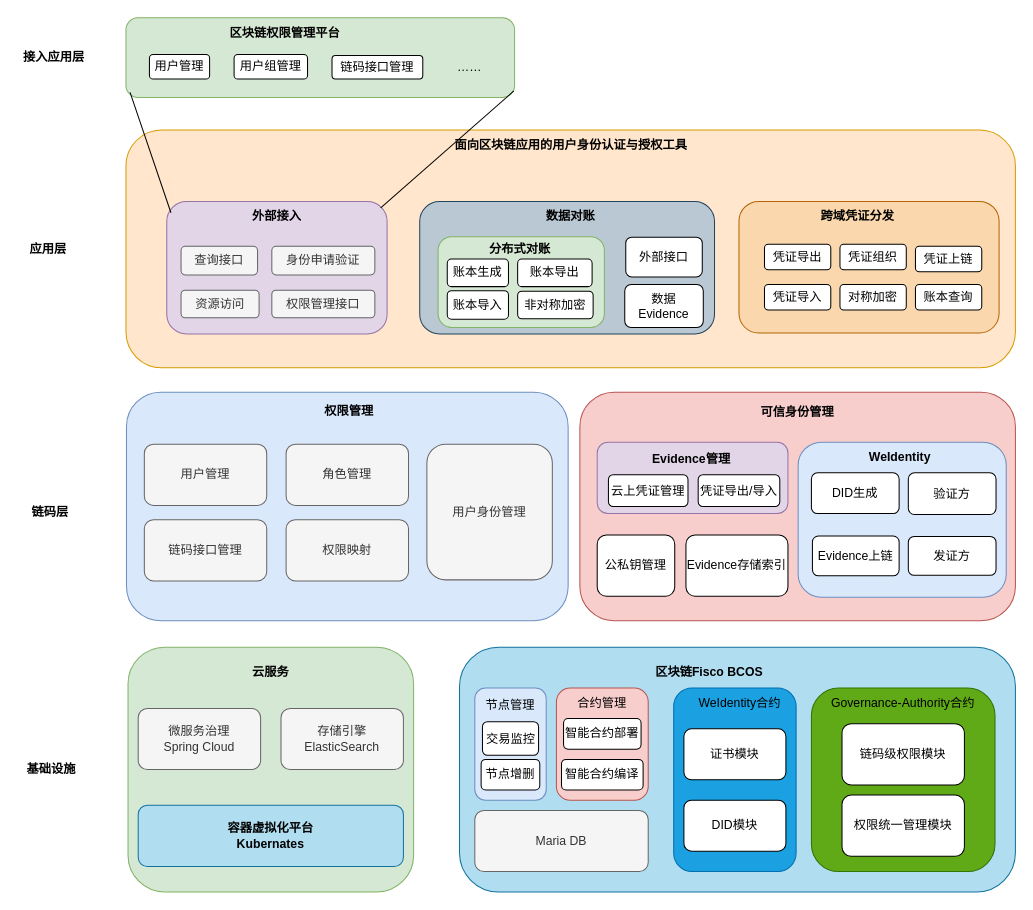
doubleBeans/doubleBeans keeps this draw.io diagram as Untitled Diagram.drawio. Above is the earlier version. Source tidied: cells renumbered, new cells numbered last; positions are measured from the earlier drawing's top-left corner, leaving out a move shared by most shapes. Both pictures are drawn from the tidied source at 102%, with x=0, y=0 at pixel (17, 17).
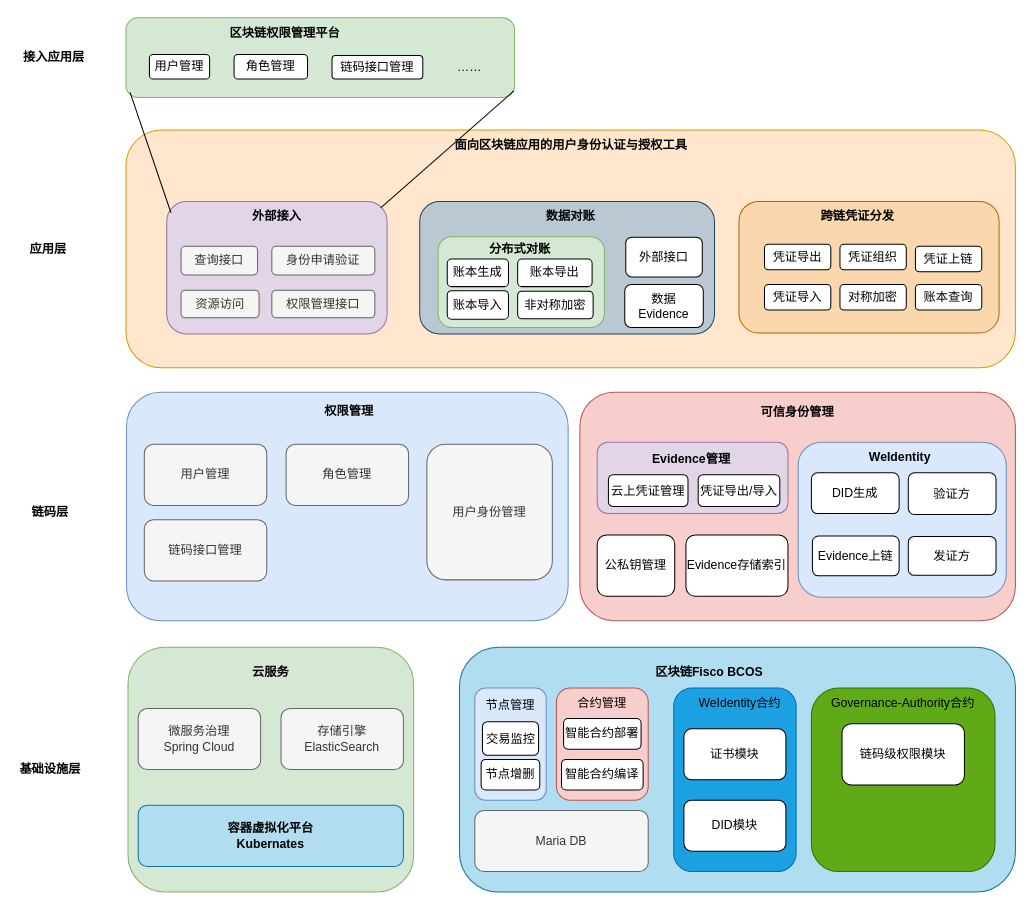
The same diagram, later.

The change refers to these unchanged cells:
```xml
<mxCell id="8" style="group;" parent="1" vertex="1">
  <mxGeometry x="433" y="617" width="545" height="240" as="geometry" />
</mxCell>
<mxCell id="54" style="group;" parent="50" vertex="1">
  <mxGeometry x="17.5" y="51" width="415.5" height="172" as="geometry" />
</mxCell>
<mxCell id="62" style="group;" parent="1" vertex="1">
  <mxGeometry x="106" width="381" height="78" as="geometry" />
</mxCell>
<mxCell id="69" style="group;" parent="1" vertex="1">
  <mxGeometry x="106" y="110" width="872" height="233" as="geometry" />
</mxCell>
```

What changed in the source:
```diff
@@
-    <mxCell id="29" value="权限统一管理模块" style="rounded=1;whiteSpace=wrap;html=1;" parent="8" vertex="1">
-      <mxGeometry x="375" y="145" width="120" height="60" as="geometry" />
-    </mxCell>
@@
-    <mxCell id="31" value="&lt;b&gt;基础设施&lt;/b&gt;" style="text;html=1;strokeColor=none;fillColor=none;align=center;verticalAlign=middle;whiteSpace=wrap;rounded=0;" parent="1" vertex="1">
-      <mxGeometry x="3" y="722" width="60" height="30" as="geometry" />
+    <mxCell id="31" value="&lt;b&gt;基础设施层&lt;/b&gt;" style="text;html=1;strokeColor=none;fillColor=none;align=center;verticalAlign=middle;whiteSpace=wrap;rounded=0;" parent="1" vertex="1">
+      <mxGeometry x="1" y="722" width="62" height="30" as="geometry" />
     </mxCell>
@@
-    <mxCell id="58" value="权限映射" style="rounded=1;whiteSpace=wrap;html=1;fillColor=#f5f5f5;fontColor=#333333;strokeColor=#666666;" parent="54" vertex="1">
-      <mxGeometry x="139" y="74" width="120" height="60" as="geometry" />
-    </mxCell>
@@
-    <mxCell id="66" value="用户组管理" style="rounded=1;whiteSpace=wrap;html=1;" parent="62" vertex="1">
+    <mxCell id="66" value="角色管理" style="rounded=1;whiteSpace=wrap;html=1;" parent="62" vertex="1">
       <mxGeometry x="106" y="36" width="72" height="24" as="geometry" />
     </mxCell>
@@
-    <mxCell id="92" value="&lt;b&gt;跨域凭证分发&lt;/b&gt;" style="text;html=1;strokeColor=none;fillColor=none;align=center;verticalAlign=middle;whiteSpace=wrap;rounded=0;" parent="69" vertex="1">
+    <mxCell id="92" value="&lt;b&gt;跨链凭证分发&lt;/b&gt;" style="text;html=1;strokeColor=none;fillColor=none;align=center;verticalAlign=middle;whiteSpace=wrap;rounded=0;" parent="69" vertex="1">
       <mxGeometry x="677" y="70" width="81" height="30" as="geometry" />
     </mxCell>
```
